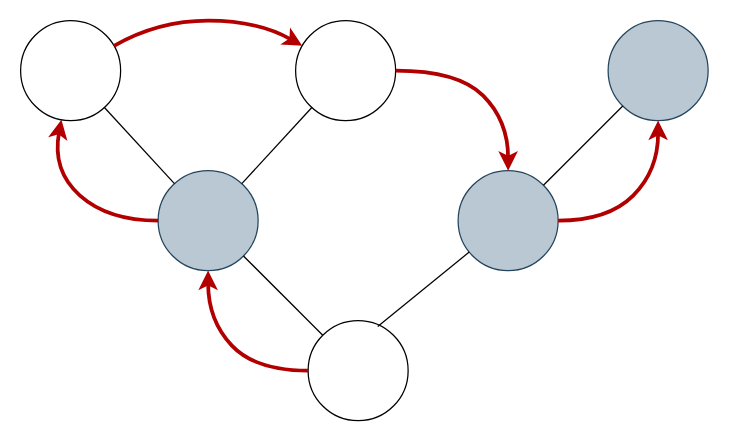
The draw.io diagram docs/src/assets/rendering.drawio in cortesi/canopy, before the edit. Source tidied: cells renumbered, new cells numbered last; positions are measured from the earlier drawing's top-left corner, leaving out a move shared by most shapes. Both pictures are drawn from the tidied source at 125%, with x=0, y=0 at pixel (20, 20).
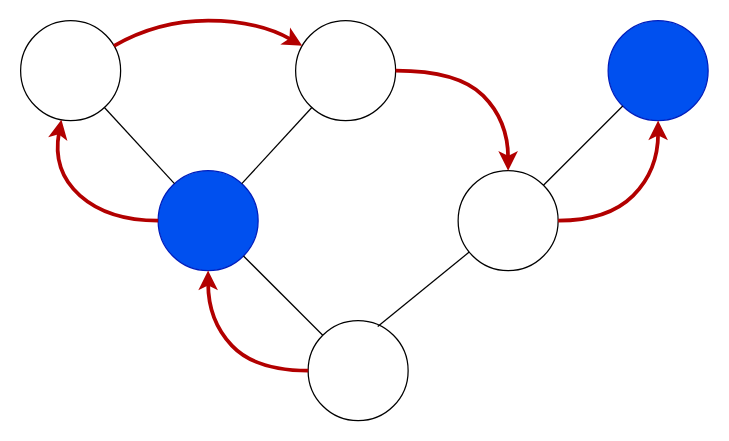
The same page after the edit.

Change to the diagram source:
```diff
@@
-    <mxCell id="3" style="ellipse;whiteSpace=wrap;html=1;fillColor=#bac8d3;strokeColor=#23445d;" parent="1" vertex="1">
+    <mxCell id="3" style="ellipse;whiteSpace=wrap;html=1;fillColor=#0050ef;strokeColor=#001DBC;fontColor=#ffffff;" parent="1" vertex="1">
       <mxGeometry x="110" y="120" width="80" height="80" as="geometry" />
     </mxCell>
-    <mxCell id="4" style="ellipse;whiteSpace=wrap;html=1;fillColor=#bac8d3;strokeColor=#23445d;" parent="1" vertex="1">
+    <mxCell id="4" style="ellipse;whiteSpace=wrap;html=1;" parent="1" vertex="1">
       <mxGeometry x="350" y="120" width="80" height="80" as="geometry" />
     </mxCell>
@@
-    <mxCell id="7" style="ellipse;whiteSpace=wrap;html=1;fillColor=#bac8d3;strokeColor=#23445d;" parent="1" vertex="1">
+    <mxCell id="7" style="ellipse;whiteSpace=wrap;html=1;fillColor=#0050ef;fontColor=#ffffff;strokeColor=#001DBC;" parent="1" vertex="1">
       <mxGeometry x="470" width="80" height="80" as="geometry" />
     </mxCell>
```
